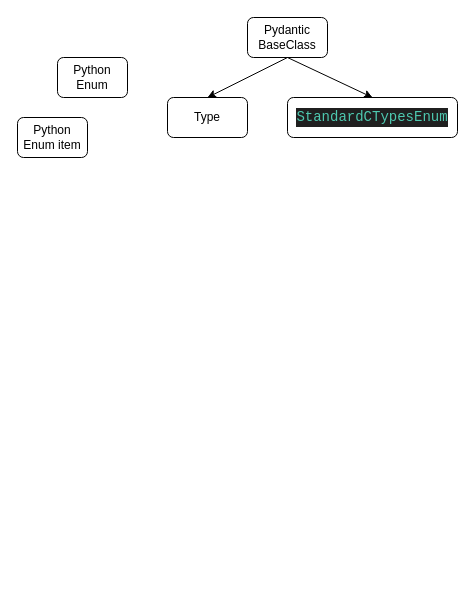
Before: tools/odin_python/t.drawio in fvsolutions-dev/odin, a draw.io diagram. Source tidied: cells renumbered, new cells numbered last; positions are measured from the earlier drawing's top-left corner, leaving out a move shared by most shapes. Both pictures are drawn from the tidied source at 100%, with x=0, y=0 at pixel (17, 17).
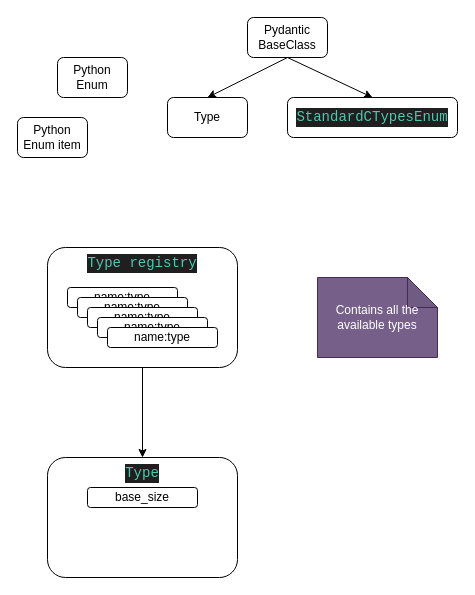
The same page after the edit.

What changed in the source:
```diff
@@
 <mxGraphModel>
   <root>
     <mxCell id="0" />
     <mxCell id="1" parent="0" />
     <mxCell id="2" value="Python&lt;br&gt;Enum" style="rounded=1;whiteSpace=wrap;html=1;" parent="1" vertex="1">
       <mxGeometry x="40" y="40" width="70" height="40" as="geometry" />
     </mxCell>
     <mxCell id="3" value="Python&lt;br&gt;Enum item" style="rounded=1;whiteSpace=wrap;html=1;" parent="1" vertex="1">
       <mxGeometry y="100" width="70" height="40" as="geometry" />
     </mxCell>
     <mxCell id="4" style="edgeStyle=none;html=1;exitX=0.5;exitY=1;exitDx=0;exitDy=0;entryX=0.5;entryY=0;entryDx=0;entryDy=0;" parent="1" edge="1" source="6" target="7">
       <mxGeometry relative="1" as="geometry" />
     </mxCell>
     <mxCell id="5" style="edgeStyle=none;html=1;exitX=0.5;exitY=1;exitDx=0;exitDy=0;entryX=0.5;entryY=0;entryDx=0;entryDy=0;" parent="1" edge="1" source="6" target="8">
       <mxGeometry relative="1" as="geometry" />
     </mxCell>
     <mxCell id="6" value="Pydantic&lt;br&gt;BaseClass" style="rounded=1;whiteSpace=wrap;html=1;" parent="1" vertex="1">
       <mxGeometry x="230" width="80" height="40" as="geometry" />
     </mxCell>
     <mxCell id="7" value="Type" style="rounded=1;whiteSpace=wrap;html=1;" parent="1" vertex="1">
       <mxGeometry x="150" y="80" width="80" height="40" as="geometry" />
     </mxCell>
     <mxCell id="8" value="&lt;div style=&quot;color: rgb(204, 204, 204); background-color: rgb(31, 31, 31); font-family: Consolas, &amp;quot;Courier New&amp;quot;, monospace; font-size: 14px; line-height: 19px;&quot;&gt;&lt;span style=&quot;color: #4ec9b0;&quot;&gt;StandardCTypesEnum&lt;/span&gt;&lt;/div&gt;" style="rounded=1;whiteSpace=wrap;html=1;" parent="1" vertex="1">
       <mxGeometry x="270" y="80" width="170" height="40" as="geometry" />
     </mxCell>
+    <mxCell id="9" style="edgeStyle=none;html=1;exitX=0.5;exitY=1;exitDx=0;exitDy=0;entryX=0.5;entryY=0;entryDx=0;entryDy=0;" parent="1" edge="1" source="10" target="16">
+      <mxGeometry relative="1" as="geometry" />
+    </mxCell>
+    <mxCell id="10" value="&lt;div style=&quot;color: rgb(204, 204, 204); background-color: rgb(31, 31, 31); font-family: Consolas, &amp;quot;Courier New&amp;quot;, monospace; font-size: 14px; line-height: 19px;&quot;&gt;&lt;span style=&quot;color: #4ec9b0;&quot;&gt;Type registry&lt;/span&gt;&lt;/div&gt;" style="rounded=1;whiteSpace=wrap;html=1;verticalAlign=top;" parent="1" vertex="1">
+      <mxGeometry x="30" y="230" width="190" height="120" as="geometry" />
+    </mxCell>
+    <mxCell id="11" value="name:type" style="rounded=1;whiteSpace=wrap;html=1;" parent="1" vertex="1">
+      <mxGeometry x="50" y="270" width="110" height="20" as="geometry" />
+    </mxCell>
+    <mxCell id="12" value="name:type" style="rounded=1;whiteSpace=wrap;html=1;" parent="1" vertex="1">
+      <mxGeometry x="60" y="280" width="110" height="20" as="geometry" />
+    </mxCell>
+    <mxCell id="13" value="name:type" style="rounded=1;whiteSpace=wrap;html=1;" parent="1" vertex="1">
+      <mxGeometry x="70" y="290" width="110" height="20" as="geometry" />
+    </mxCell>
+    <mxCell id="14" value="name:type" style="rounded=1;whiteSpace=wrap;html=1;" parent="1" vertex="1">
+      <mxGeometry x="80" y="300" width="110" height="20" as="geometry" />
+    </mxCell>
+    <mxCell id="15" value="name:type" style="rounded=1;whiteSpace=wrap;html=1;" parent="1" vertex="1">
+      <mxGeometry x="90" y="310" width="110" height="20" as="geometry" />
+    </mxCell>
+    <mxCell id="16" value="&lt;div style=&quot;color: rgb(204, 204, 204); background-color: rgb(31, 31, 31); font-family: Consolas, &amp;quot;Courier New&amp;quot;, monospace; font-size: 14px; line-height: 19px;&quot;&gt;&lt;span style=&quot;color: #4ec9b0;&quot;&gt;Type&lt;/span&gt;&lt;/div&gt;" style="rounded=1;whiteSpace=wrap;html=1;verticalAlign=top;" parent="1" vertex="1">
+      <mxGeometry x="30" y="440" width="190" height="120" as="geometry" />
+    </mxCell>
+    <mxCell id="17" value="base_size" style="rounded=1;whiteSpace=wrap;html=1;" parent="1" vertex="1">
+      <mxGeometry x="70" y="470" width="110" height="20" as="geometry" />
+    </mxCell>
+    <mxCell id="18" value="Contains all the available types" style="shape=note;whiteSpace=wrap;html=1;backgroundOutline=1;darkOpacity=0.05;fillColor=#76608a;strokeColor=#432D57;fontColor=#ffffff;" parent="1" vertex="1">
+      <mxGeometry x="300" y="260" width="120" height="80" as="geometry" />
+    </mxCell>
   </root>
 </mxGraphModel>
```
